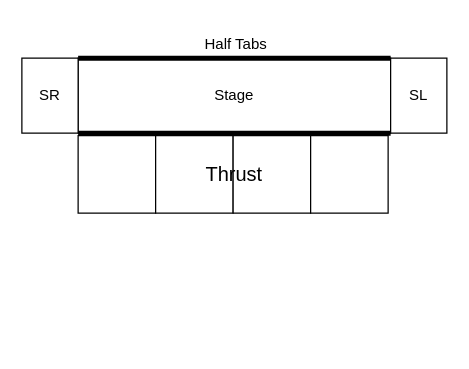
The draw.io diagram BHTC-Youth-Christmas-Showcase-2025.drawio in Oliver2081/lighting-plots, before the edit. Source tidied: cells renumbered, new cells numbered last; positions are measured from the earlier drawing's top-left corner, leaving out a move shared by most shapes. Both pictures are drawn from the tidied source at 125%, with x=0, y=0 at pixel (21, 58).
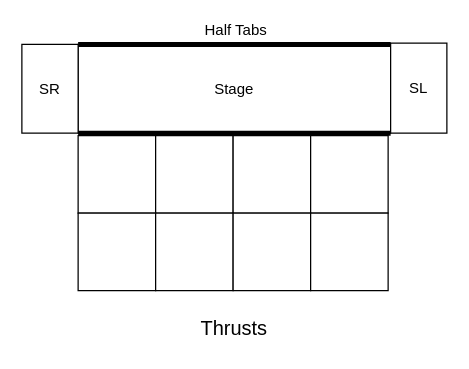
Above is the later version.

Diff of the diagram source:
```diff
@@
 <mxGraphModel>
   <root>
     <mxCell id="0" />
     <mxCell id="1" parent="0" />
     <mxCell id="2" value="Stage" style="whiteSpace=wrap;html=1;strokeColor=default;" parent="1" vertex="1">
-      <mxGeometry x="45" width="250" height="60" as="geometry" />
+      <mxGeometry x="45" y="-11" width="250" height="71" as="geometry" />
     </mxCell>
     <mxCell id="3" value="SR" style="whiteSpace=wrap;html=1;strokeColor=light-dark(#000000,#FF3399);" parent="1" vertex="1">
-      <mxGeometry width="45" height="60" as="geometry" />
+      <mxGeometry y="-11" width="45" height="71" as="geometry" />
     </mxCell>
     <mxCell id="4" value="SL" style="whiteSpace=wrap;html=1;strokeColor=light-dark(#000000,#FF3399);" parent="1" vertex="1">
-      <mxGeometry x="295" width="45" height="60" as="geometry" />
+      <mxGeometry x="295" y="-12" width="45" height="72" as="geometry" />
     </mxCell>
-    <mxCell id="5" style="edgeStyle=none;jettySize=auto;html=1;rounded=0;fontSize=12;startSize=8;endSize=8;curved=1;entryX=0;entryY=0;entryDx=0;entryDy=0;strokeColor=light-dark(#000000,#FFFF00);endArrow=none;endFill=0;exitX=0;exitY=0;exitDx=0;exitDy=0;strokeWidth=4;" parent="1" edge="1" source="2" target="4">
+    <mxCell id="5" style="edgeStyle=none;orthogonalLoop=1;jettySize=auto;html=1;rounded=0;fontSize=12;startSize=8;endSize=8;curved=1;strokeColor=light-dark(#000000,#FFFF00);endArrow=none;endFill=0;exitX=0;exitY=0;exitDx=0;exitDy=0;strokeWidth=4;entryX=1;entryY=0;entryDx=0;entryDy=0;" parent="1" edge="1" source="2" target="2">
       <mxGeometry relative="1" as="geometry" />
     </mxCell>
     <mxCell id="6" value="Half Tabs" style="edgeLabel;html=1;align=center;verticalAlign=middle;fontSize=12;" parent="5" vertex="1">
       <mxGeometry x="0.44" relative="1" as="geometry">
         <mxPoint x="-55" y="-12" as="offset" />
       </mxGeometry>
     </mxCell>
     <mxCell id="7" style="edgeStyle=none;orthogonalLoop=1;jettySize=auto;html=1;rounded=0;fontSize=12;startSize=8;endSize=8;curved=1;entryX=0;entryY=0;entryDx=0;entryDy=0;strokeColor=light-dark(#000000,#FFFF00);endArrow=none;endFill=0;exitX=0;exitY=0;exitDx=0;exitDy=0;strokeWidth=4;" parent="1" edge="1">
       <mxGeometry relative="1" as="geometry">
         <mxPoint x="45" y="60" as="sourcePoint" />
         <mxPoint x="295" y="60" as="targetPoint" />
       </mxGeometry>
     </mxCell>
     <mxCell id="8" style="whiteSpace=wrap;html=1;" parent="1" vertex="1">
       <mxGeometry x="45" y="62" width="62" height="62" as="geometry" />
     </mxCell>
     <mxCell id="9" style="whiteSpace=wrap;html=1;" parent="1" vertex="1">
       <mxGeometry x="107" y="62" width="62" height="62" as="geometry" />
     </mxCell>
     <mxCell id="10" style="whiteSpace=wrap;html=1;" parent="1" vertex="1">
       <mxGeometry x="169" y="62" width="62" height="62" as="geometry" />
     </mxCell>
     <mxCell id="11" style="whiteSpace=wrap;html=1;" parent="1" vertex="1">
       <mxGeometry x="231" y="62" width="62" height="62" as="geometry" />
     </mxCell>
-    <mxCell id="12" value="Thrust" style="text;html=1;whiteSpace=wrap;strokeColor=none;fillColor=none;align=center;verticalAlign=middle;rounded=0;fontSize=16;" parent="1" vertex="1">
-      <mxGeometry x="140" y="78" width="60" height="30" as="geometry" />
-    </mxCell>
+    <mxCell id="13" style="whiteSpace=wrap;html=1;" parent="1" vertex="1">
+      <mxGeometry x="45" y="124" width="62" height="62" as="geometry" />
+    </mxCell>
+    <mxCell id="14" style="whiteSpace=wrap;html=1;" parent="1" vertex="1">
+      <mxGeometry x="107" y="124" width="62" height="62" as="geometry" />
+    </mxCell>
+    <mxCell id="15" style="whiteSpace=wrap;html=1;" parent="1" vertex="1">
+      <mxGeometry x="169" y="124" width="62" height="62" as="geometry" />
+    </mxCell>
+    <mxCell id="16" style="whiteSpace=wrap;html=1;" parent="1" vertex="1">
+      <mxGeometry x="231" y="124" width="62" height="62" as="geometry" />
+    </mxCell>
+    <mxCell id="17" value="Thrusts" style="text;html=1;whiteSpace=wrap;strokeColor=none;fillColor=none;align=center;verticalAlign=middle;rounded=0;fontSize=16;" parent="1" vertex="1">
+      <mxGeometry x="140" y="201" width="60" height="30" as="geometry" />
+    </mxCell>
   </root>
 </mxGraphModel>
```
